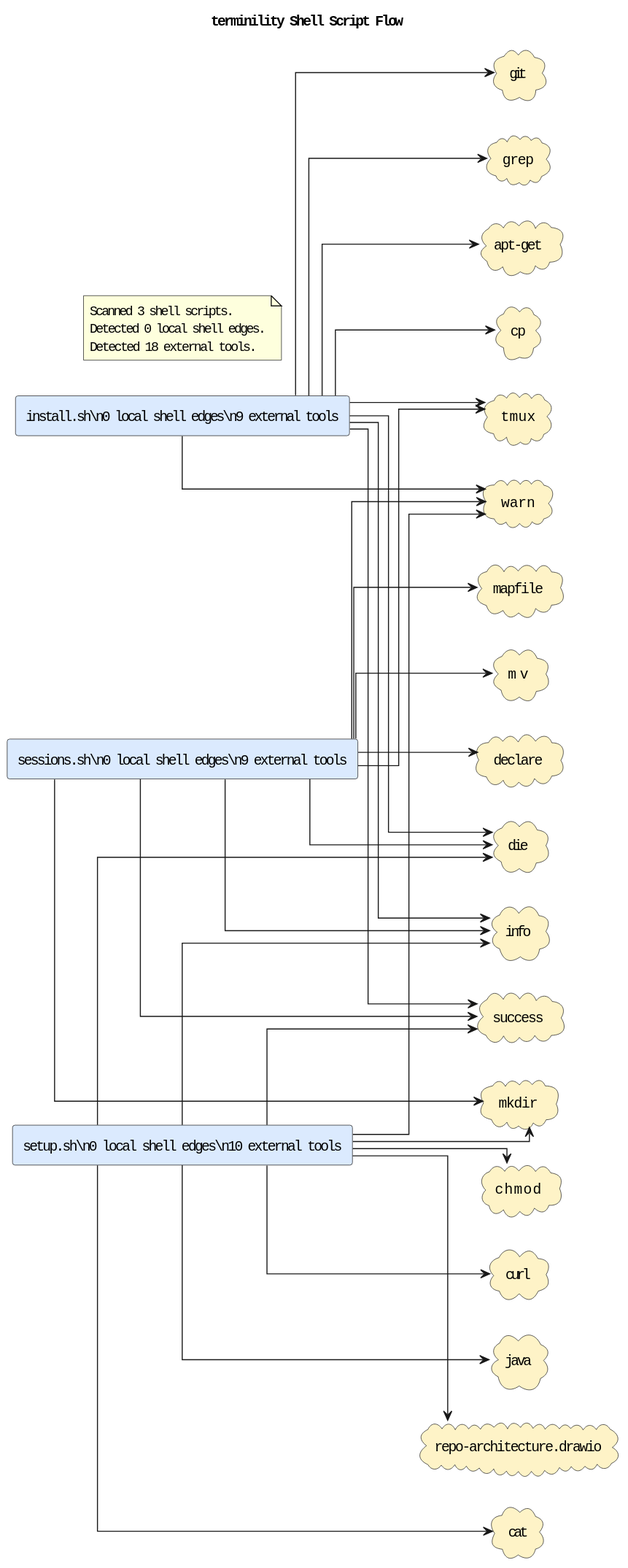
The PlantUML diagram docs/diagrams/shell-call-graph.puml.svg in casonk/terminility, before a commit. Its diagram source:
```plantuml
@startuml
title terminility Shell Script Flow
left to right direction
skinparam shadowing false
skinparam defaultFontName Monospace
skinparam componentStyle rectangle
skinparam linetype ortho
rectangle "install.sh\\n0 local shell edges\\n9 external tools" as shell_install_sh #DBEAFE
rectangle "sessions.sh\\n0 local shell edges\\n9 external tools" as shell_sessions_sh #DBEAFE
rectangle "setup.sh\\n0 local shell edges\\n10 external tools" as shell_setup_sh #DBEAFE
cloud "apt-get" as tool_apt_get #FEF3C7
cloud "cat" as tool_cat #FEF3C7
cloud "chmod" as tool_chmod #FEF3C7
cloud "cp" as tool_cp #FEF3C7
cloud "curl" as tool_curl #FEF3C7
cloud "declare" as tool_declare #FEF3C7
cloud "die" as tool_die #FEF3C7
cloud "git" as tool_git #FEF3C7
cloud "grep" as tool_grep #FEF3C7
cloud "info" as tool_info #FEF3C7
cloud "java" as tool_java #FEF3C7
cloud "mapfile" as tool_mapfile #FEF3C7
cloud "mkdir" as tool_mkdir #FEF3C7
cloud "mv" as tool_mv #FEF3C7
cloud "repo-architecture.drawio" as tool_repo_architecture_drawio #FEF3C7
cloud "success" as tool_success #FEF3C7
cloud "tmux" as tool_tmux #FEF3C7
cloud "warn" as tool_warn #FEF3C7
shell_install_sh --> tool_apt_get
shell_install_sh --> tool_cp
shell_install_sh --> tool_die
shell_install_sh --> tool_git
shell_install_sh --> tool_grep
shell_install_sh --> tool_info
shell_install_sh --> tool_success
shell_install_sh --> tool_tmux
shell_install_sh --> tool_warn
shell_sessions_sh --> tool_declare
shell_sessions_sh --> tool_die
shell_sessions_sh --> tool_info
shell_sessions_sh --> tool_mapfile
shell_sessions_sh --> tool_mkdir
shell_sessions_sh --> tool_mv
shell_sessions_sh --> tool_success
shell_sessions_sh --> tool_tmux
shell_sessions_sh --> tool_warn
shell_setup_sh --> tool_cat
shell_setup_sh --> tool_chmod
shell_setup_sh --> tool_curl
shell_setup_sh --> tool_die
shell_setup_sh --> tool_info
shell_setup_sh --> tool_java
shell_setup_sh --> tool_mkdir
shell_setup_sh --> tool_repo_architecture_drawio
shell_setup_sh --> tool_success
shell_setup_sh --> tool_warn
note as shellGraphSummary
Scanned 3 shell scripts.
Detected 0 local shell edges.
Detected 18 external tools.
end note
@enduml
```
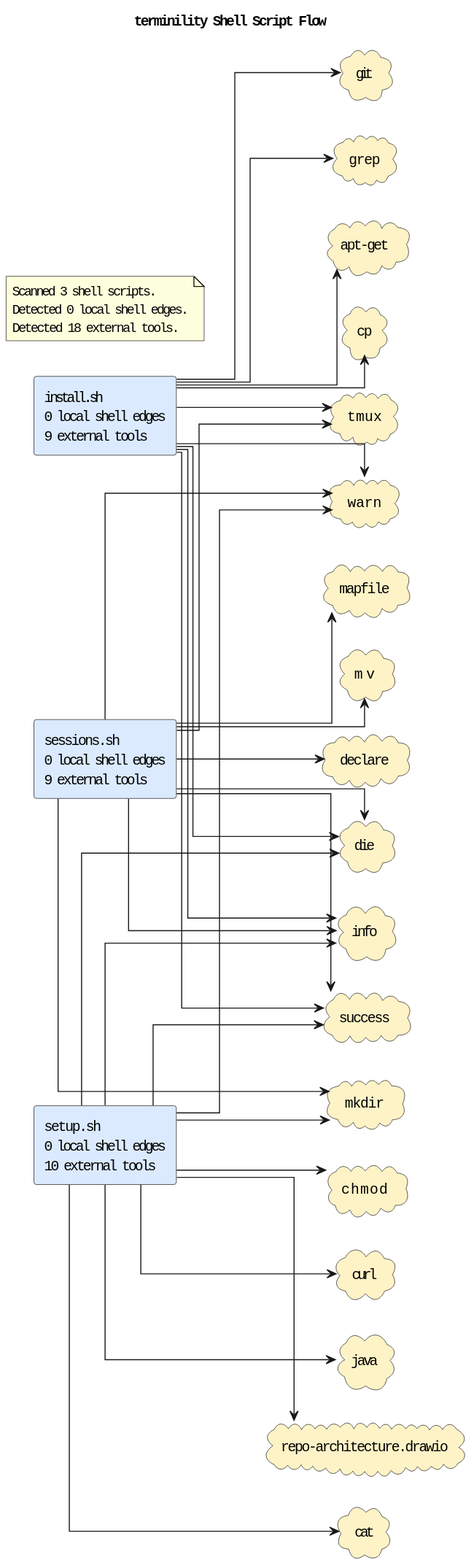
Later version of the same file.

Diff of the diagram source:
```diff
@@ -5,9 +5,9 @@
 skinparam defaultFontName Monospace
 skinparam componentStyle rectangle
 skinparam linetype ortho
-rectangle "install.sh\\n0 local shell edges\\n9 external tools" as shell_install_sh #DBEAFE
-rectangle "sessions.sh\\n0 local shell edges\\n9 external tools" as shell_sessions_sh #DBEAFE
-rectangle "setup.sh\\n0 local shell edges\\n10 external tools" as shell_setup_sh #DBEAFE
+rectangle "install.sh\n0 local shell edges\n9 external tools" as shell_install_sh #DBEAFE
+rectangle "sessions.sh\n0 local shell edges\n9 external tools" as shell_sessions_sh #DBEAFE
+rectangle "setup.sh\n0 local shell edges\n10 external tools" as shell_setup_sh #DBEAFE
 cloud "apt-get" as tool_apt_get #FEF3C7
 cloud "cat" as tool_cat #FEF3C7
 cloud "chmod" as tool_chmod #FEF3C7
```
